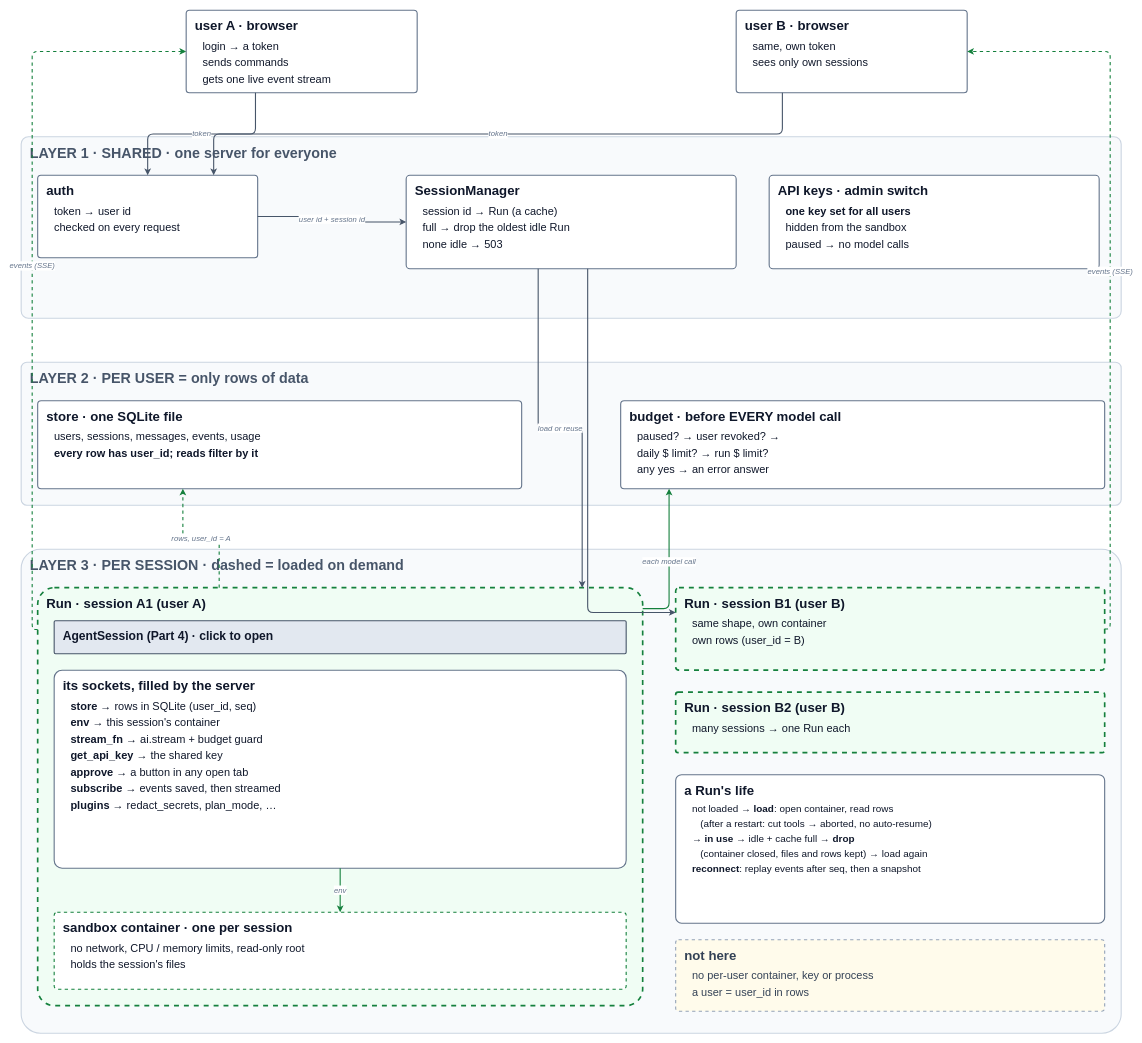
Before: page "5 · Server: sessions for many users" (7 of 7) of docs/guidebook/img/architecture.drawio in danhugo/simp-agent, a draw.io diagram. Source tidied: cells renumbered, new cells numbered last; positions are measured from the earlier drawing's top-left corner, leaving out a move shared by most shapes. Both pictures are drawn from the tidied source at 55%, with x=0, y=0 at pixel (21, 10).
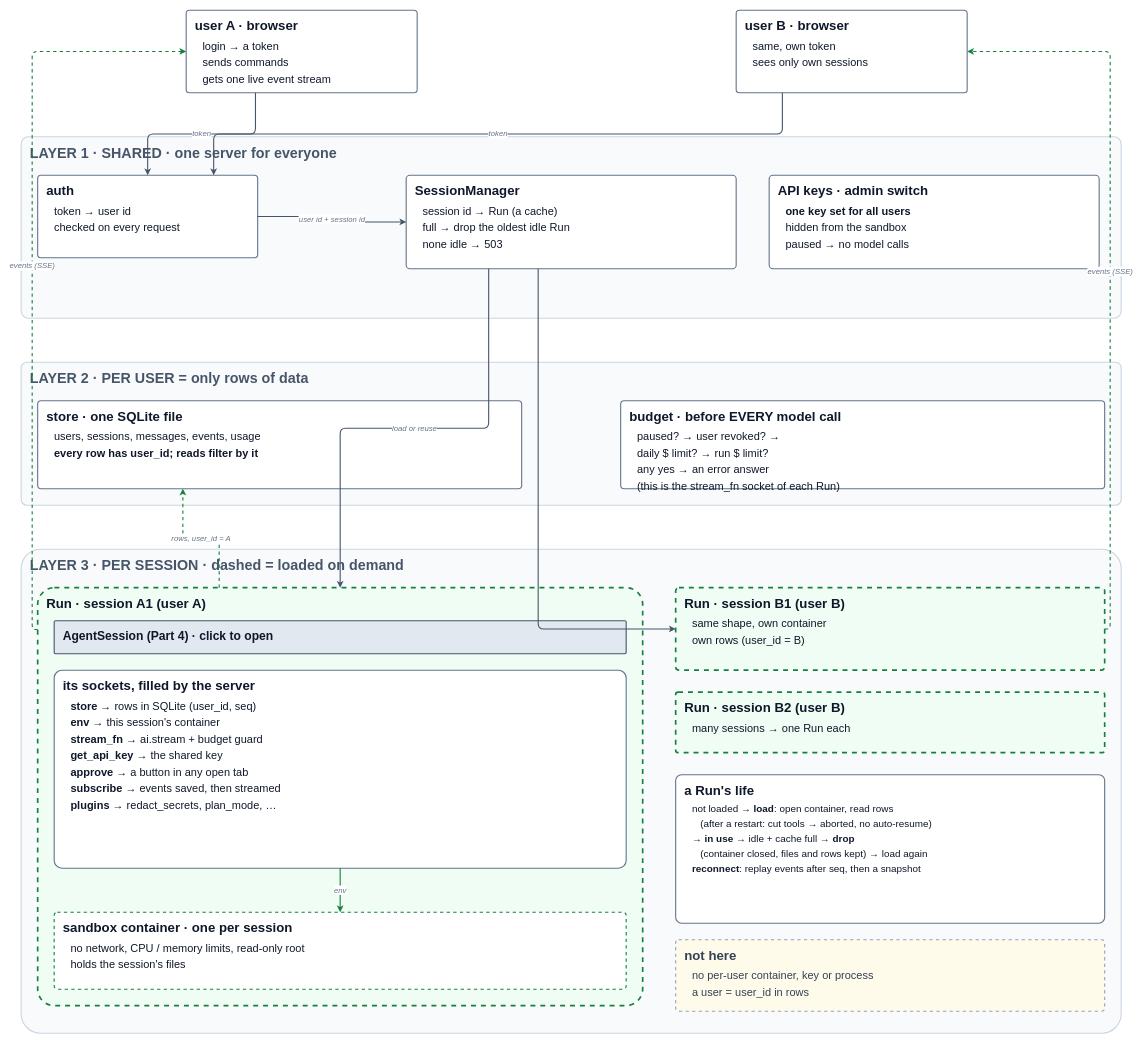
The same page after the edit.

Commit message:
guidebook: page 5 untangle SessionManager edges, budget link as text

Unchanged cells that the change refers to:
```xml
<mxCell id="6" value="&lt;b style=&quot;font-size:24px&quot;&gt;SessionManager&lt;/b&gt;&lt;div style=&quot;font-size:20px;line-height:1.5;margin-top:6px;padding-left:14px&quot;&gt;session id → Run (a cache)&lt;br&gt;full → drop the oldest idle Run&lt;br&gt;none idle → 503&lt;/div&gt;" style="whiteSpace=wrap;html=1;align=left;verticalAlign=top;spacingLeft=14;spacingTop=8;rounded=1;arcSize=4;fillColor=#ffffff;strokeColor=#64748b;strokeWidth=2;fontColor=#0f172a;" parent="1" vertex="1">
  <mxGeometry x="700" y="300" width="600" height="170" as="geometry" />
</mxCell>
<mxCell id="12" value="&lt;b style=&quot;font-size:24px&quot;&gt;Run · session A1 (user A)&lt;/b&gt;&lt;div style=&quot;font-size:16px;line-height:1.5;margin-top:6px;padding-left:14px&quot;&gt;&lt;/div&gt;" style="whiteSpace=wrap;html=1;align=left;verticalAlign=top;spacingLeft=14;spacingTop=8;rounded=1;arcSize=4;fillColor=#f0fdf4;strokeColor=#15803d;strokeWidth=3;dashed=1;fontColor=#0f172a;" parent="1" vertex="1">
  <mxGeometry x="30" y="1050" width="1100" height="760" as="geometry" />
</mxCell>
<mxCell id="16" value="&lt;b style=&quot;font-size:24px&quot;&gt;Run · session B1 (user B)&lt;/b&gt;&lt;div style=&quot;font-size:20px;line-height:1.5;margin-top:6px;padding-left:14px&quot;&gt;same shape, own container&lt;br&gt;own rows (user_id = B)&lt;/div&gt;" style="whiteSpace=wrap;html=1;align=left;verticalAlign=top;spacingLeft=14;spacingTop=8;rounded=1;arcSize=4;fillColor=#f0fdf4;strokeColor=#15803d;strokeWidth=3;dashed=1;fontColor=#0f172a;" parent="1" vertex="1">
  <mxGeometry x="1190" y="1050" width="780" height="150" as="geometry" />
</mxCell>
```

Diff of the diagram source:
```diff
@@
-    <mxCell id="10" value="&lt;b style=&quot;font-size:24px&quot;&gt;budget · before EVERY model call&lt;/b&gt;&lt;div style=&quot;font-size:20px;line-height:1.5;margin-top:6px;padding-left:14px&quot;&gt;paused? → user revoked? →&lt;br&gt;daily $ limit? → run $ limit?&lt;br&gt;any yes → an error answer&lt;/div&gt;" style="whiteSpace=wrap;html=1;align=left;verticalAlign=top;spacingLeft=14;spacingTop=8;rounded=1;arcSize=4;fillColor=#ffffff;strokeColor=#64748b;strokeWidth=2;fontColor=#0f172a;" parent="1" vertex="1">
+    <mxCell id="10" value="&lt;b style=&quot;font-size:24px&quot;&gt;budget · before EVERY model call&lt;/b&gt;&lt;div style=&quot;font-size:20px;line-height:1.5;margin-top:6px;padding-left:14px&quot;&gt;paused? → user revoked? →&lt;br&gt;daily $ limit? → run $ limit?&lt;br&gt;any yes → an error answer&lt;br&gt;(this is the stream_fn socket of each Run)&lt;/div&gt;" style="whiteSpace=wrap;html=1;align=left;verticalAlign=top;spacingLeft=14;spacingTop=8;rounded=1;arcSize=4;fillColor=#ffffff;strokeColor=#64748b;strokeWidth=2;fontColor=#0f172a;" parent="1" vertex="1">
       <mxGeometry x="1090" y="710" width="880" height="160" as="geometry" />
     </mxCell>
@@
-    <mxCell id="23" value="load or reuse" style="edgeStyle=orthogonalEdgeStyle;rounded=1;html=1;fontSize=14;fontStyle=2;fontColor=#64748b;labelBackgroundColor=#ffffff;strokeColor=#475569;strokeWidth=2;exitX=0.4;exitY=1;entryX=0.9;entryY=0;" parent="1" edge="1" source="6" target="12">
+    <mxCell id="23" value="load or reuse" style="edgeStyle=orthogonalEdgeStyle;rounded=1;html=1;fontSize=14;fontStyle=2;fontColor=#64748b;labelBackgroundColor=#ffffff;strokeColor=#475569;strokeWidth=2;exitX=0.25;exitY=1;entryX=0.5;entryY=0;" parent="1" edge="1" source="6" target="12">
       <mxGeometry relative="1" as="geometry" />
     </mxCell>
-    <mxCell id="24" style="edgeStyle=orthogonalEdgeStyle;rounded=1;html=1;fontSize=14;fontStyle=2;fontColor=#64748b;labelBackgroundColor=#ffffff;strokeColor=#475569;strokeWidth=2;exitX=0.55;exitY=1;entryX=0;entryY=0.3;" parent="1" edge="1" source="6" target="16">
+    <mxCell id="24" style="edgeStyle=orthogonalEdgeStyle;rounded=1;html=1;fontSize=14;fontStyle=2;fontColor=#64748b;labelBackgroundColor=#ffffff;strokeColor=#475569;strokeWidth=2;exitX=0.4;exitY=1;entryX=0;entryY=0.5;" parent="1" edge="1" source="6" target="16">
       <mxGeometry relative="1" as="geometry" />
     </mxCell>
@@
-    <mxCell id="26" value="each model call" style="edgeStyle=orthogonalEdgeStyle;rounded=1;html=1;fontSize=14;fontStyle=2;fontColor=#64748b;labelBackgroundColor=#ffffff;strokeColor=#15803d;strokeWidth=2;exitX=1;exitY=0.05;entryX=0.1;entryY=1;" parent="1" edge="1" source="12" target="10">
-      <mxGeometry relative="1" as="geometry" />
-    </mxCell>
```
